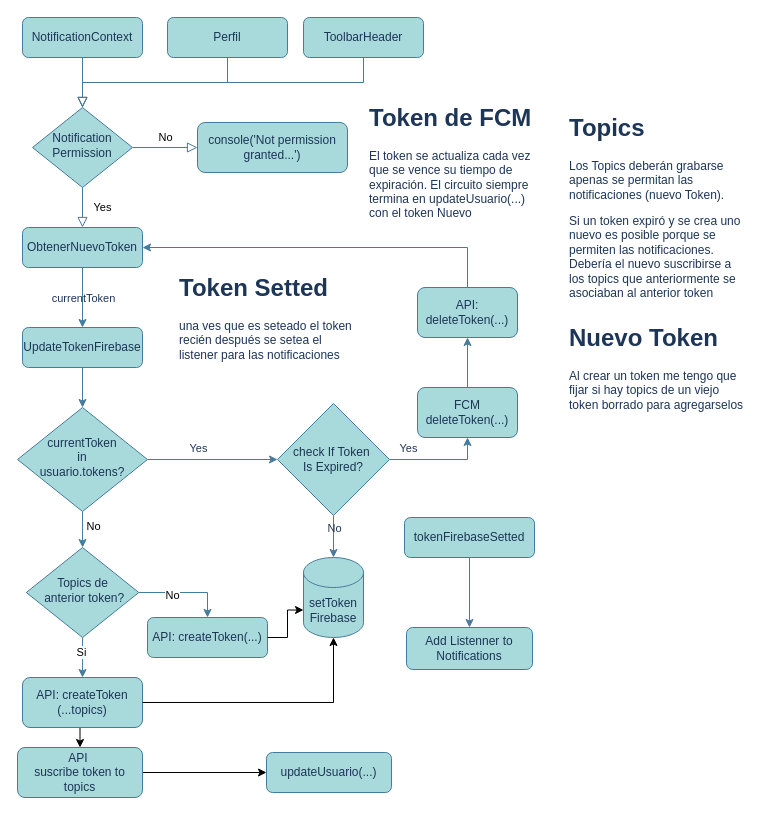
This is FCM ciclo de vida Token.drawio from ariel0000/bar-app-diagrams, a draw.io file, before an edit. Source tidied: cells renumbered, new cells numbered last; positions are measured from the earlier drawing's top-left corner, leaving out a move shared by most shapes. Both pictures are drawn from the tidied source at 100%, with x=0, y=0 at pixel (17, 17).
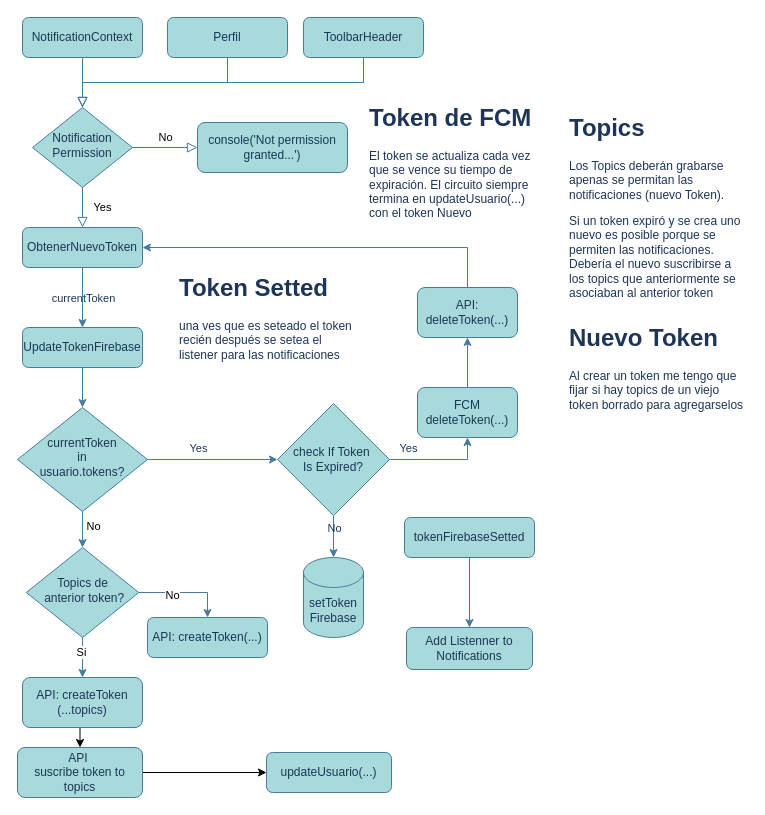
After the change.

The change refers to these unchanged cells:
```xml
<mxCell id="12" value="API: createToken&lt;div&gt;(...topics)&lt;/div&gt;" style="rounded=1;whiteSpace=wrap;html=1;fontSize=12;glass=0;strokeWidth=1;shadow=0;labelBackgroundColor=none;fillColor=#A8DADC;strokeColor=#457B9D;fontColor=#1D3557;" parent="1" vertex="1">
  <mxGeometry x="5" y="660" width="120" height="50" as="geometry" />
</mxCell>
<mxCell id="30" value="setToken Firebase" style="shape=cylinder3;whiteSpace=wrap;html=1;boundedLbl=1;backgroundOutline=1;size=15;labelBackgroundColor=none;fillColor=#A8DADC;strokeColor=#457B9D;fontColor=#1D3557;" parent="1" vertex="1">
  <mxGeometry x="286" y="540" width="60" height="80" as="geometry" />
</mxCell>
<mxCell id="45" value="API: createToken(...)" style="rounded=1;whiteSpace=wrap;html=1;fontSize=12;glass=0;strokeWidth=1;shadow=0;labelBackgroundColor=none;fillColor=#A8DADC;strokeColor=#457B9D;fontColor=#1D3557;" parent="1" vertex="1">
  <mxGeometry x="130" y="600" width="120" height="40" as="geometry" />
</mxCell>
```

Change to the diagram source:
```diff
@@
-    <mxCell id="48" style="edgeStyle=orthogonalEdgeStyle;rounded=0;jettySize=auto;html=1;exitX=1;exitY=0.5;exitDx=0;exitDy=0;entryX=0;entryY=0;entryDx=0;entryDy=52.5;entryPerimeter=0;" parent="1" edge="1" source="45" target="30">
-      <mxGeometry relative="1" as="geometry" />
-    </mxCell>
-    <mxCell id="49" style="edgeStyle=orthogonalEdgeStyle;rounded=0;jettySize=auto;html=1;exitX=1;exitY=0.5;exitDx=0;exitDy=0;entryX=0.5;entryY=1;entryDx=0;entryDy=0;entryPerimeter=0;" parent="1" edge="1" source="12" target="30">
-      <mxGeometry relative="1" as="geometry" />
-    </mxCell>
```
